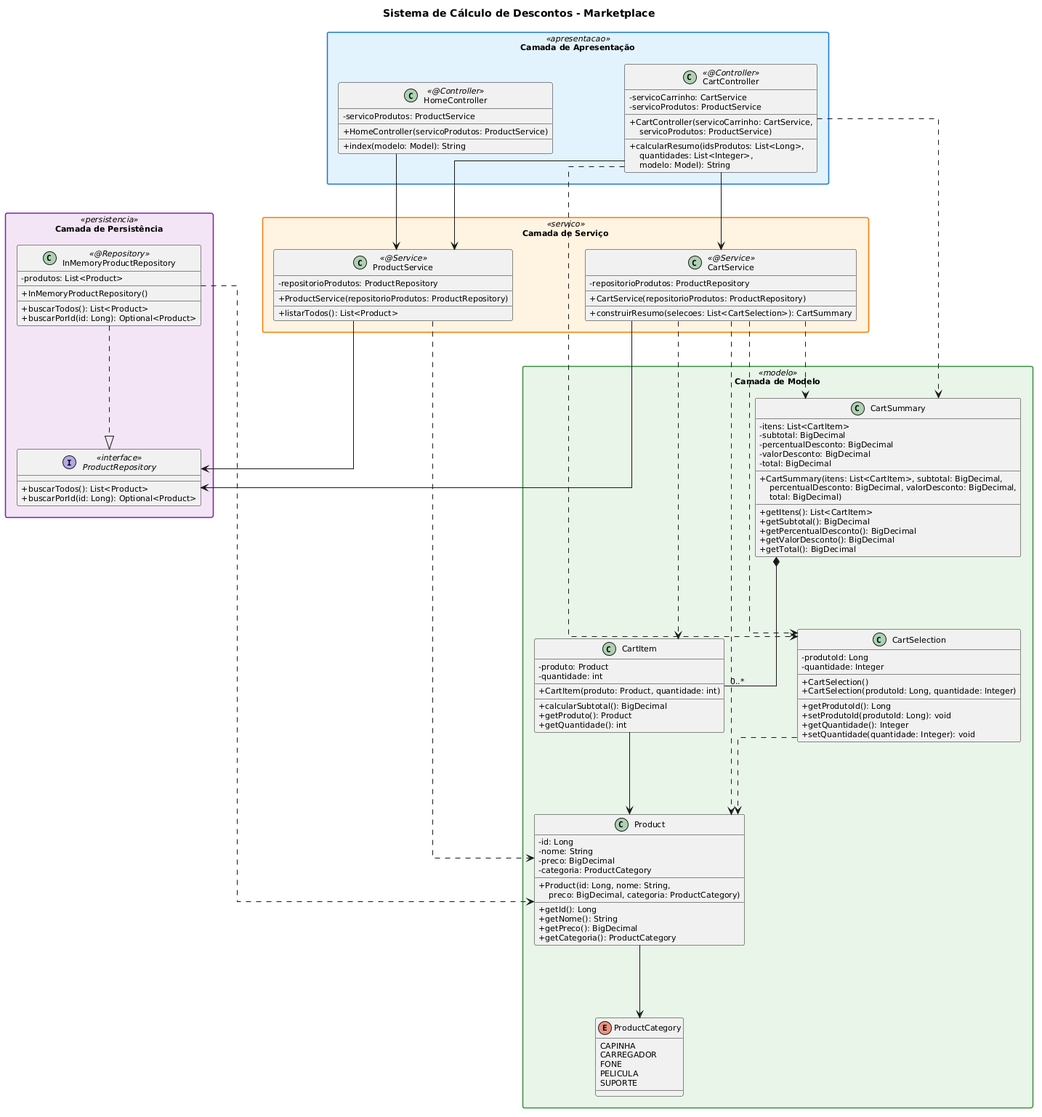
Earlier version of the PlantUML export docs/DiagramaClasses.png (phmoreiraf/ProjetoTCCCalcudoraDescontos_AchCamadas).
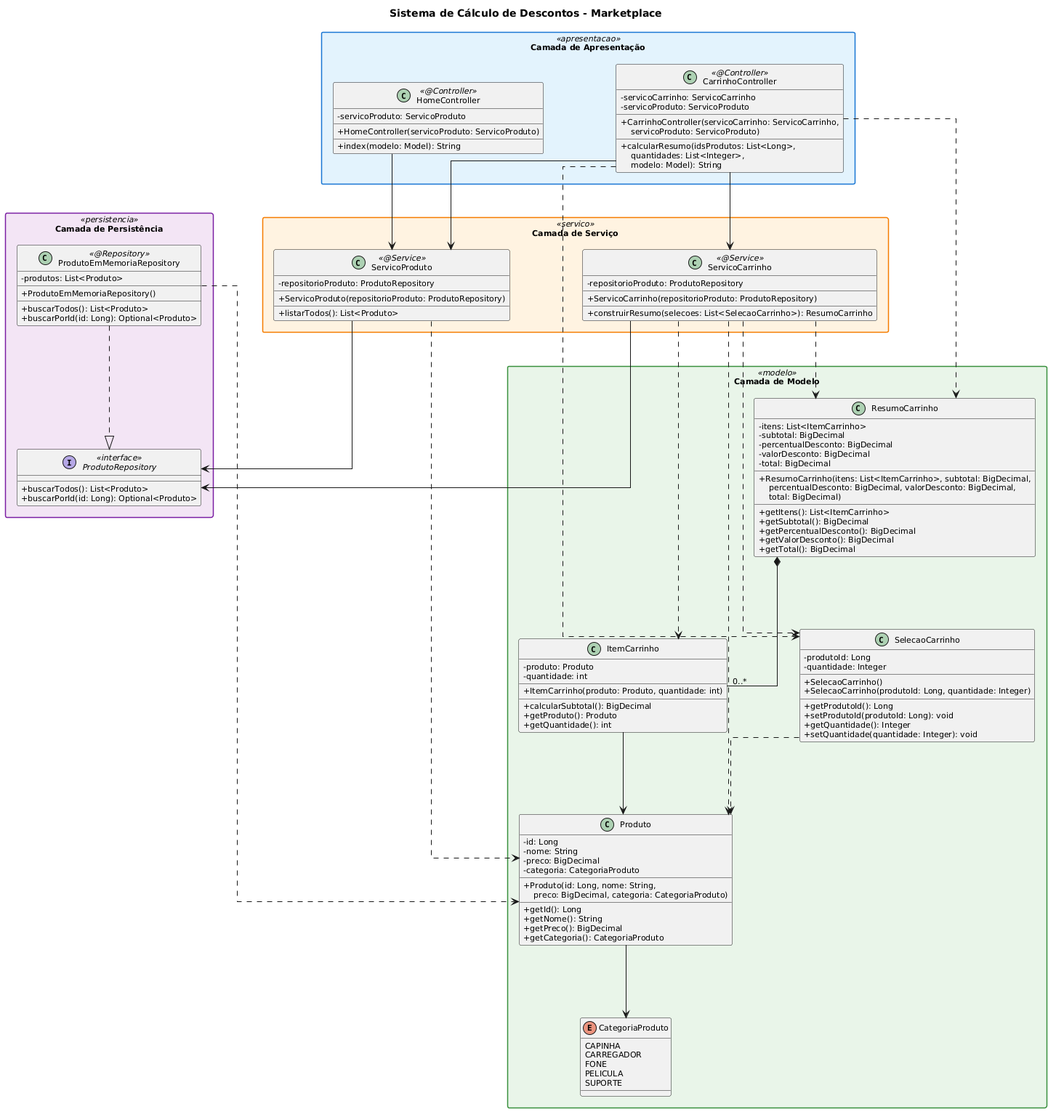
After the change.

Diff of the diagram source:
```diff
@@ -33,18 +33,18 @@
 package "Camada de Apresentação" <<apresentacao>> {
 
   class HomeController <<@Controller>> {
-    - servicoProdutos: ProductService
+    - servicoProduto: ServicoProduto
     ____
-    + HomeController(servicoProdutos: ProductService)
+    + HomeController(servicoProduto: ServicoProduto)
     ____
     + index(modelo: Model): String
   }
 
-  class CartController <<@Controller>> {
-    - servicoCarrinho: CartService
-    - servicoProdutos: ProductService
+  class CarrinhoController <<@Controller>> {
+    - servicoCarrinho: ServicoCarrinho
+    - servicoProduto: ServicoProduto
     ____
-    + CartController(servicoCarrinho: CartService,\n    servicoProdutos: ProductService)
+    + CarrinhoController(servicoCarrinho: ServicoCarrinho,\n    servicoProduto: ServicoProduto)
     ____
     + calcularResumo(idsProdutos: List<Long>,\n    quantidades: List<Integer>,\n    modelo: Model): String
   }
@@ -52,57 +52,57 @@
 
 package "Camada de Serviço" <<servico>> {
 
-  class ProductService <<@Service>> {
-    - repositorioProdutos: ProductRepository
+  class ServicoProduto <<@Service>> {
+    - repositorioProduto: ProdutoRepository
     ____
-    + ProductService(repositorioProdutos: ProductRepository)
+    + ServicoProduto(repositorioProduto: ProdutoRepository)
     ____
-    + listarTodos(): List<Product>
+    + listarTodos(): List<Produto>
   }
 
-  class CartService <<@Service>> {
-    - repositorioProdutos: ProductRepository
+  class ServicoCarrinho <<@Service>> {
+    - repositorioProduto: ProdutoRepository
     ____
-    + CartService(repositorioProdutos: ProductRepository)
+    + ServicoCarrinho(repositorioProduto: ProdutoRepository)
     ____
-    + construirResumo(selecoes: List<CartSelection>): CartSummary
+    + construirResumo(selecoes: List<SelecaoCarrinho>): ResumoCarrinho
   }
 }
 
 package "Camada de Persistência" <<persistencia>> {
 
-  interface ProductRepository <<interface>> {
-    + buscarTodos(): List<Product>
-    + buscarPorId(id: Long): Optional<Product>
+  interface ProdutoRepository <<interface>> {
+    + buscarTodos(): List<Produto>
+    + buscarPorId(id: Long): Optional<Produto>
   }
 
-  class InMemoryProductRepository <<@Repository>> {
-    - produtos: List<Product>
+  class ProdutoEmMemoriaRepository <<@Repository>> {
+    - produtos: List<Produto>
     ____
-    + InMemoryProductRepository()
+    + ProdutoEmMemoriaRepository()
     ____
-    + buscarTodos(): List<Product>
-    + buscarPorId(id: Long): Optional<Product>
+    + buscarTodos(): List<Produto>
+    + buscarPorId(id: Long): Optional<Produto>
   }
 }
 
 package "Camada de Modelo" <<modelo>> {
 
-  class Product {
+  class Produto {
     - id: Long
     - nome: String
     - preco: BigDecimal
-    - categoria: ProductCategory
+    - categoria: CategoriaProduto
     ____
-    + Product(id: Long, nome: String,\n    preco: BigDecimal, categoria: ProductCategory)
+    + Produto(id: Long, nome: String,\n    preco: BigDecimal, categoria: CategoriaProduto)
     ____
     + getId(): Long
     + getNome(): String
     + getPreco(): BigDecimal
-    + getCategoria(): ProductCategory
+    + getCategoria(): CategoriaProduto
   }
 
-  enum ProductCategory {
+  enum CategoriaProduto {
     CAPINHA
     CARREGADOR
     FONE
@@ -110,12 +110,12 @@
     SUPORTE
   }
 
-  class CartSelection {
+  class SelecaoCarrinho {
     - produtoId: Long
     - quantidade: Integer
     ____
-    + CartSelection()
-    + CartSelection(produtoId: Long, quantidade: Integer)
+    + SelecaoCarrinho()
+    + SelecaoCarrinho(produtoId: Long, quantidade: Integer)
     ____
     + getProdutoId(): Long
     + setProdutoId(produtoId: Long): void
@@ -123,27 +123,27 @@
     + setQuantidade(quantidade: Integer): void
   }
 
-  class CartItem {
-    - produto: Product
+  class ItemCarrinho {
+    - produto: Produto
     - quantidade: int
     ____
-    + CartItem(produto: Product, quantidade: int)
+    + ItemCarrinho(produto: Produto, quantidade: int)
     ____
     + calcularSubtotal(): BigDecimal
-    + getProduto(): Product
+    + getProduto(): Produto
     + getQuantidade(): int
   }
 
-  class CartSummary {
-    - itens: List<CartItem>
+  class ResumoCarrinho {
+    - itens: List<ItemCarrinho>
     - subtotal: BigDecimal
     - percentualDesconto: BigDecimal
     - valorDesconto: BigDecimal
     - total: BigDecimal
     ____
-    + CartSummary(itens: List<CartItem>, subtotal: BigDecimal,\n    percentualDesconto: BigDecimal, valorDesconto: BigDecimal,\n    total: BigDecimal)
+    + ResumoCarrinho(itens: List<ItemCarrinho>, subtotal: BigDecimal,\n    percentualDesconto: BigDecimal, valorDesconto: BigDecimal,\n    total: BigDecimal)
     ____
-    + getItens(): List<CartItem>
+    + getItens(): List<ItemCarrinho>
     + getSubtotal(): BigDecimal
     + getPercentualDesconto(): BigDecimal
     + getValorDesconto(): BigDecimal
@@ -152,27 +152,27 @@
 }
 
 
-HomeController --> ProductService
-CartController --> CartService
-CartController --> ProductService
+HomeController --> ServicoProduto
+CarrinhoController --> ServicoCarrinho
+CarrinhoController --> ServicoProduto
 
-ProductService --> ProductRepository
-CartService --> ProductRepository
+ServicoProduto --> ProdutoRepository
+ServicoCarrinho --> ProdutoRepository
 
-InMemoryProductRepository ..|> ProductRepository
-InMemoryProductRepository ..> Product
+ProdutoEmMemoriaRepository ..|> ProdutoRepository
+ProdutoEmMemoriaRepository ..> Produto
 
-ProductService ..> Product
-CartService ..> Product
-CartService ..> CartSelection
-CartService ..> CartItem
-CartService ..> CartSummary
+ServicoProduto ..> Produto
+ServicoCarrinho ..> Produto
+ServicoCarrinho ..> SelecaoCarrinho
+ServicoCarrinho ..> ItemCarrinho
+ServicoCarrinho ..> ResumoCarrinho
 
-CartController ..> CartSelection
-CartController ..> CartSummary
+CarrinhoController ..> SelecaoCarrinho
+CarrinhoController ..> ResumoCarrinho
 
-Product --> ProductCategory
-CartItem --> Product
-CartSelection ..> Product
-CartSummary *-- "0..*" CartItem
+Produto --> CategoriaProduto
+ItemCarrinho --> Produto
+SelecaoCarrinho ..> Produto
+ResumoCarrinho *-- "0..*" ItemCarrinho
 @enduml
```
